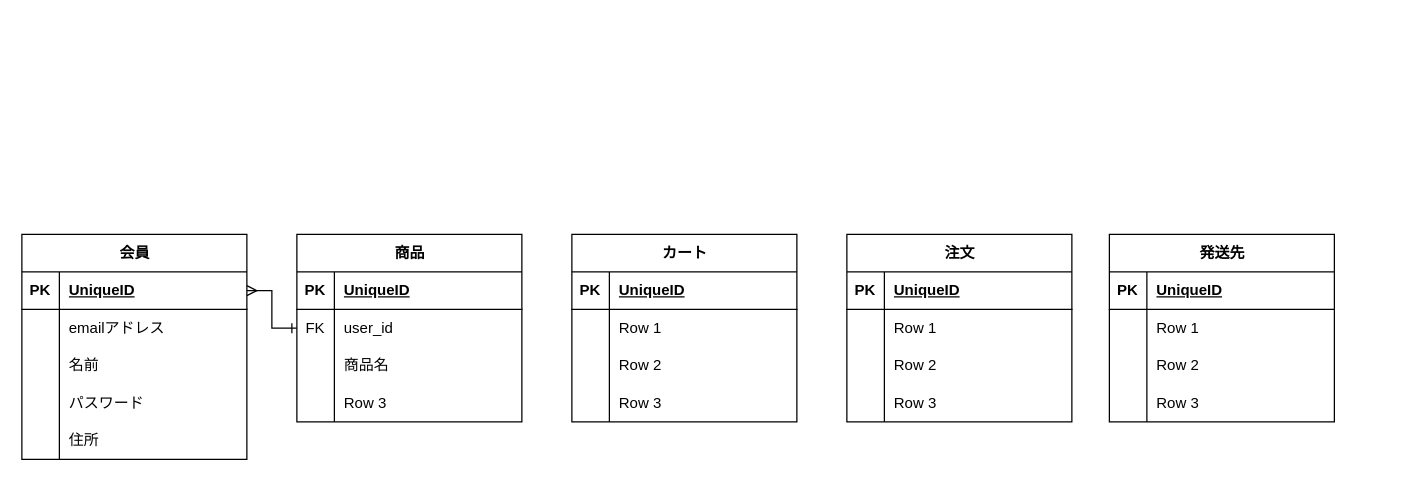
The draw.io diagram 名称未設定ファイル.drawio in yuna096740/sample_app, before the edit. Source tidied: cells renumbered, new cells numbered last; positions are measured from the earlier drawing's top-left corner, leaving out a move shared by most shapes. Both pictures are drawn from the tidied source at 125%, with x=0, y=0 at pixel (21, 234).
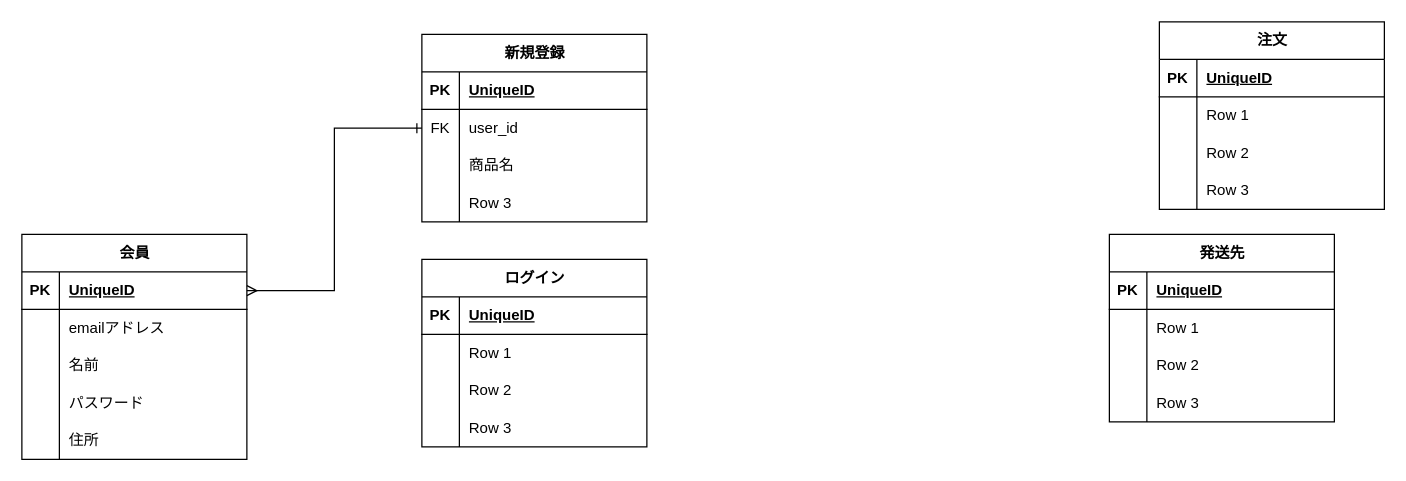
The same diagram, later.

Commit message:
名称未設定ファイル.drawio を更新します

Diff of the diagram source:
```diff
@@
-    <mxCell id="18" value="カート" style="shape=table;startSize=30;childLayout=tableLayout;rowLines=0;fontStyle=1;align=center;html=1;" parent="1" vertex="1">
-      <mxGeometry x="440" width="180" height="150" as="geometry" />
+    <mxCell id="18" value="ログイン" style="shape=table;startSize=30;childLayout=tableLayout;rowLines=0;fontStyle=1;align=center;html=1;" parent="1" vertex="1">
+      <mxGeometry x="320" y="20" width="180" height="150" as="geometry" />
     </mxCell>
@@
-    <mxCell id="31" value="商品" style="shape=table;startSize=30;childLayout=tableLayout;rowLines=0;fontStyle=1;align=center;html=1;" parent="1" vertex="1">
-      <mxGeometry x="220" width="180" height="150" as="geometry" />
+    <mxCell id="31" value="新規登録" style="shape=table;startSize=30;childLayout=tableLayout;rowLines=0;fontStyle=1;align=center;html=1;" parent="1" vertex="1">
+      <mxGeometry x="320" y="-160" width="180" height="150" as="geometry" />
     </mxCell>
@@
     <mxCell id="57" value="注文" style="shape=table;startSize=30;childLayout=tableLayout;rowLines=0;fontStyle=1;align=center;html=1;" parent="1" vertex="1">
-      <mxGeometry x="660" width="180" height="150" as="geometry" />
+      <mxGeometry x="910" y="-170" width="180" height="150" as="geometry" />
     </mxCell>
```
